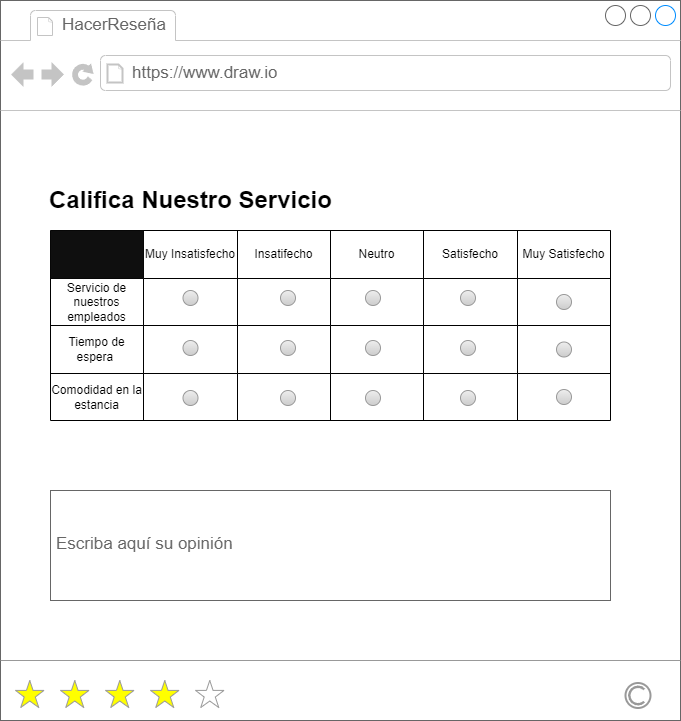
Before: MOCKUPS/Mockups_Cibercafé-HacerReseña.drawio.png, a diagram exported from draw.io (luciarinconpozo/Cibercafe). Source tidied: cells renumbered, new cells last; positions are measured from the earlier drawing's top-left corner, leaving out a move shared by most shapes.
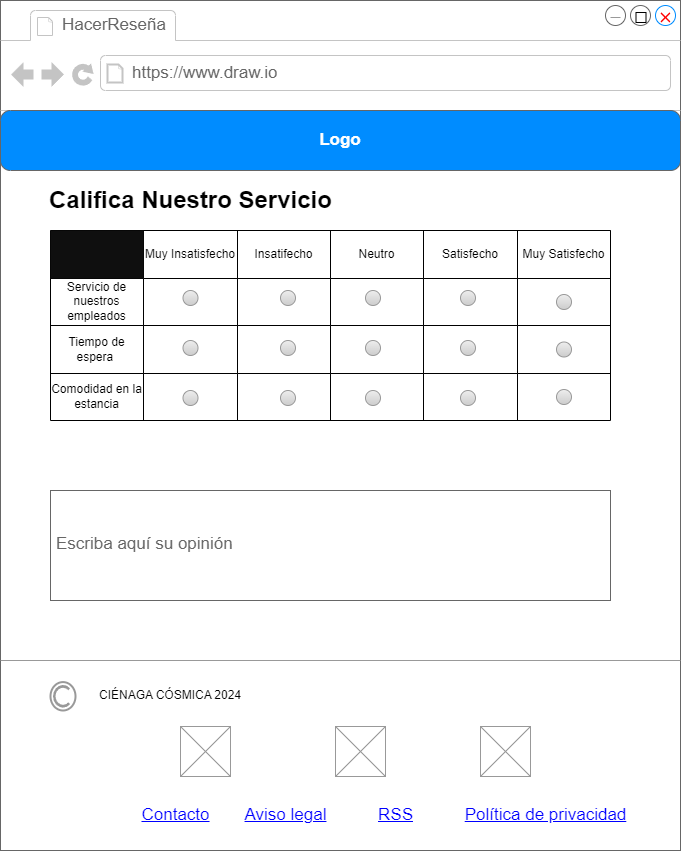
Above is the later version.

Change to the diagram source:
```diff
@@ -3,14 +3,8 @@
     <mxCell id="0" />
     <mxCell id="1" parent="0" />
     <mxCell id="2" style="strokeWidth=1;shadow=0;dashed=0;align=center;html=1;shape=mxgraph.mockup.containers.browserWindow;rSize=0;strokeColor=#666666;strokeColor2=#008cff;strokeColor3=#c4c4c4;mainText=,;" parent="1" vertex="1">
-      <mxGeometry width="680" height="720" as="geometry" />
+      <mxGeometry width="680" height="850" as="geometry" />
     </mxCell>
-    <mxCell id="3" style="verticalLabelPosition=bottom;shadow=0;dashed=0;align=center;html=1;verticalAlign=top;strokeWidth=1;shape=mxgraph.mockup.misc.rating;strokeColor=#999999;fillColor=#ffff00;emptyFillColor=#ffffff;grade=4;ratingScale=5;ratingStyle=star;" parent="2" vertex="1">
-      <mxGeometry x="15" y="680" width="225" height="30" as="geometry" />
-    </mxCell>
-    <mxCell id="4" style="strokeColor=#999999;verticalLabelPosition=bottom;shadow=0;dashed=0;verticalAlign=top;strokeWidth=2;html=1;shape=mxgraph.mockup.misc.copyrightIcon;" parent="2" vertex="1">
-      <mxGeometry x="625" y="682.5" width="25" height="25" as="geometry" />
-    </mxCell>
     <mxCell id="5" style="verticalLabelPosition=bottom;shadow=0;dashed=0;align=center;html=1;verticalAlign=top;strokeWidth=1;shape=mxgraph.mockup.markup.line;strokeColor=#999999;" parent="2" vertex="1">
       <mxGeometry y="650" width="680" height="20" as="geometry" />
     </mxCell>
@@ -155,6 +149,45 @@
     <mxCell id="52" value="Escriba aquí su opinión" style="strokeWidth=1;shadow=0;dashed=0;align=center;html=1;shape=mxgraph.mockup.text.textBox;fontColor=#666666;align=left;fontSize=17;spacingLeft=4;spacingTop=-3;whiteSpace=wrap;strokeColor=#666666;mainText=;" parent="2" vertex="1">
       <mxGeometry x="50" y="490" width="560" height="110" as="geometry" />
     </mxCell>
+    <mxCell id="60" value="Logo" style="strokeWidth=1;shadow=0;dashed=0;align=center;html=1;shape=mxgraph.mockup.buttons.button;strokeColor=#666666;fontColor=#ffffff;mainText=;buttonStyle=round;fontSize=17;fontStyle=1;fillColor=#008cff;whiteSpace=wrap;" parent="2" vertex="1">
+      <mxGeometry y="110" width="680" height="60" as="geometry" />
+    </mxCell>
+    <mxCell id="61" style="shape=mxgraph.mockup.markup.redX;fillColor=#ff0000;html=1;shadow=0;whiteSpace=wrap;strokeColor=none;" parent="2" vertex="1">
+      <mxGeometry x="660" y="12" width="10" height="10" as="geometry" />
+    </mxCell>
+    <mxCell id="62" style="verticalLabelPosition=bottom;shadow=0;dashed=0;align=center;html=1;verticalAlign=top;strokeWidth=1;shape=mxgraph.mockup.markup.line;strokeColor=#999999;" parent="2" vertex="1">
+      <mxGeometry x="610" y="12" width="10" height="10" as="geometry" />
+    </mxCell>
+    <mxCell id="63" style="whiteSpace=wrap;html=1;" parent="2" vertex="1">
+      <mxGeometry x="635.5" y="12" width="10" height="10" as="geometry" />
+    </mxCell>
+    <mxCell id="64" style="strokeColor=#999999;verticalLabelPosition=bottom;shadow=0;dashed=0;verticalAlign=top;strokeWidth=2;html=1;shape=mxgraph.mockup.misc.copyrightIcon;" parent="2" vertex="1">
+      <mxGeometry x="50" y="681.6" width="25" height="28.4" as="geometry" />
+    </mxCell>
+    <mxCell id="65" value="Contacto" style="shape=rectangle;strokeColor=none;fillColor=none;linkText=;fontSize=17;fontColor=#0000ff;fontStyle=4;html=1;align=center;" parent="2" vertex="1">
+      <mxGeometry x="100" y="800.1" width="150" height="30" as="geometry" />
+    </mxCell>
+    <mxCell id="66" value="Política de privacidad" style="shape=rectangle;strokeColor=none;fillColor=none;linkText=;fontSize=17;fontColor=#0000ff;fontStyle=4;html=1;align=center;" parent="2" vertex="1">
+      <mxGeometry x="470" y="800.1" width="150" height="30" as="geometry" />
+    </mxCell>
+    <mxCell id="67" value="RSS" style="shape=rectangle;strokeColor=none;fillColor=none;linkText=;fontSize=17;fontColor=#0000ff;fontStyle=4;html=1;align=center;" parent="2" vertex="1">
+      <mxGeometry x="320" y="800.1" width="150" height="30" as="geometry" />
+    </mxCell>
+    <mxCell id="68" value="Aviso legal" style="shape=rectangle;strokeColor=none;fillColor=none;linkText=;fontSize=17;fontColor=#0000ff;fontStyle=4;html=1;align=center;" parent="2" vertex="1">
+      <mxGeometry x="210" y="800.1" width="150" height="30" as="geometry" />
+    </mxCell>
+    <mxCell id="69" value="CIÉNAGA CÓSMICA 2024" style="text;html=1;align=center;verticalAlign=middle;whiteSpace=wrap;rounded=0;" parent="2" vertex="1">
+      <mxGeometry x="90" y="680" width="160" height="30" as="geometry" />
+    </mxCell>
+    <mxCell id="70" style="verticalLabelPosition=bottom;shadow=0;dashed=0;align=center;html=1;verticalAlign=top;strokeWidth=1;shape=mxgraph.mockup.graphics.simpleIcon;strokeColor=#999999;" parent="2" vertex="1">
+      <mxGeometry x="180" y="726" width="50" height="50" as="geometry" />
+    </mxCell>
+    <mxCell id="71" style="verticalLabelPosition=bottom;shadow=0;dashed=0;align=center;html=1;verticalAlign=top;strokeWidth=1;shape=mxgraph.mockup.graphics.simpleIcon;strokeColor=#999999;" parent="2" vertex="1">
+      <mxGeometry x="335" y="726" width="50" height="50" as="geometry" />
+    </mxCell>
+    <mxCell id="72" style="verticalLabelPosition=bottom;shadow=0;dashed=0;align=center;html=1;verticalAlign=top;strokeWidth=1;shape=mxgraph.mockup.graphics.simpleIcon;strokeColor=#999999;" parent="2" vertex="1">
+      <mxGeometry x="480" y="726" width="50" height="50" as="geometry" />
+    </mxCell>
     <mxCell id="53" style="shape=partialRectangle;html=1;whiteSpace=wrap;strokeColor=inherit;overflow=hidden;fillColor=none;top=0;left=0;bottom=0;right=0;" parent="1" vertex="1">
       <mxGeometry x="517" y="230" width="93" height="48" as="geometry" />
     </mxCell>
```
